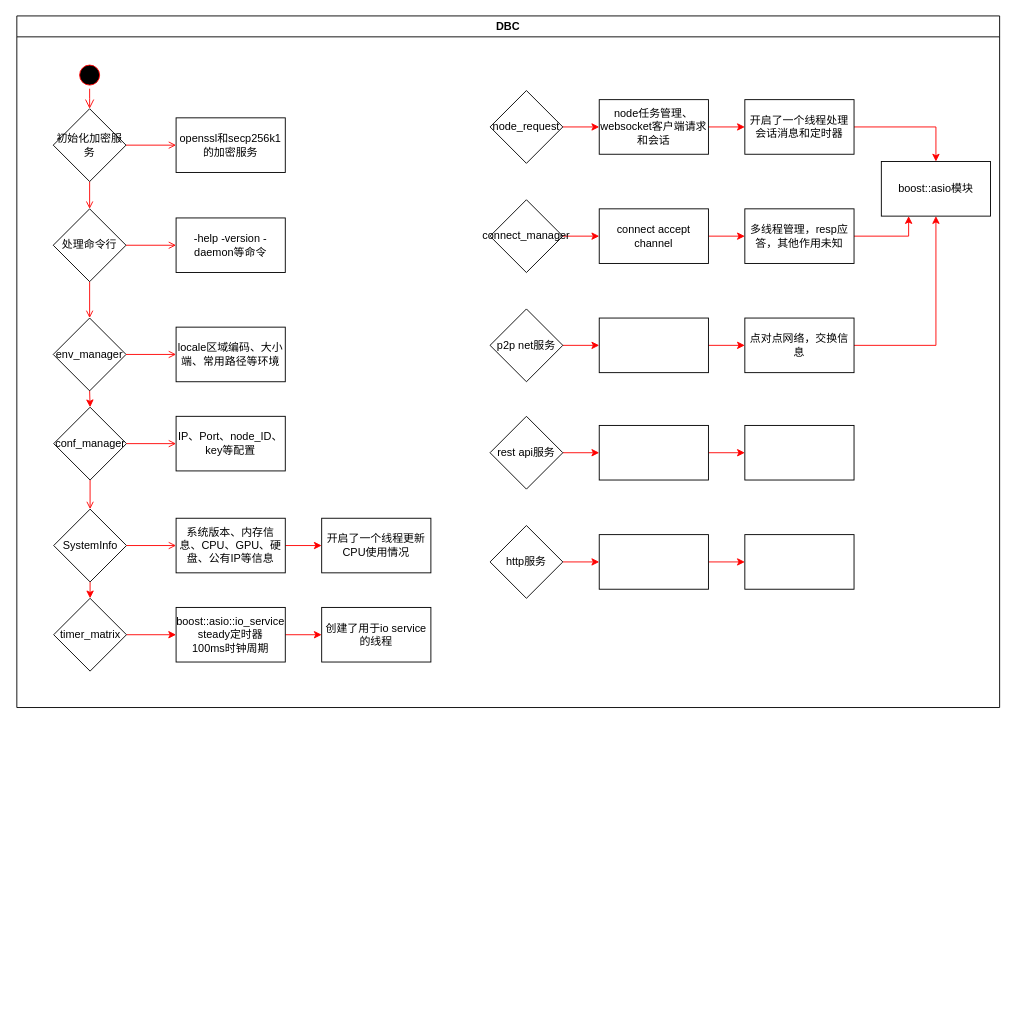
Jerry-se/UML keeps this draw.io diagram as Untitled Diagram.drawio. Above is the earlier version. Source tidied: cells renumbered, new cells numbered last; positions are measured from the earlier drawing's top-left corner, leaving out a move shared by most shapes. Both pictures are drawn from the tidied source at 91%, with x=0, y=0 at pixel (16, 15).
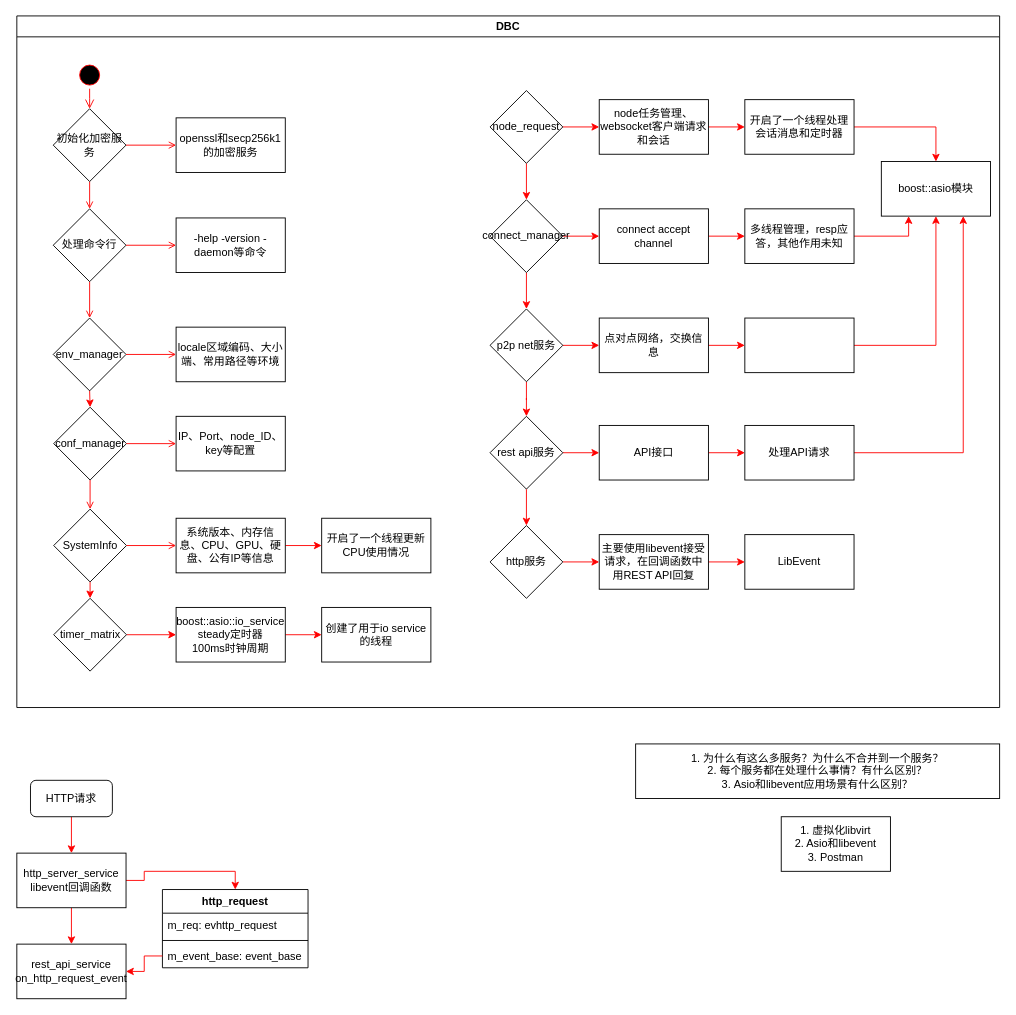
After the change.

Unchanged cells that the change refers to:
```xml
<mxCell id="2" value="DBC" style="swimlane;whiteSpace=wrap;" parent="1" vertex="1">
  <mxGeometry width="1080" height="760" as="geometry" />
</mxCell>
<mxCell id="32" value="node_request" style="rhombus;whiteSpace=wrap;html=1;" parent="2" vertex="1">
  <mxGeometry x="520" y="82" width="80" height="80" as="geometry" />
</mxCell>
<mxCell id="36" value="connect_manager" style="rhombus;whiteSpace=wrap;html=1;" parent="2" vertex="1">
  <mxGeometry x="520" y="202" width="80" height="80" as="geometry" />
</mxCell>
<mxCell id="38" value="p2p net服务" style="rhombus;whiteSpace=wrap;html=1;" parent="2" vertex="1">
  <mxGeometry x="520" y="322" width="80" height="80" as="geometry" />
</mxCell>
<mxCell id="50" value="rest api服务" style="rhombus;whiteSpace=wrap;html=1;" parent="2" vertex="1">
  <mxGeometry x="520" y="440" width="80" height="80" as="geometry" />
</mxCell>
<mxCell id="52" value="http服务" style="rhombus;whiteSpace=wrap;html=1;" parent="2" vertex="1">
  <mxGeometry x="520" y="560" width="80" height="80" as="geometry" />
</mxCell>
<mxCell id="59" value="boost::asio模块" style="rounded=0;whiteSpace=wrap;html=1;" parent="2" vertex="1">
  <mxGeometry x="950" y="160" width="120" height="60" as="geometry" />
</mxCell>
```

What changed in the source:
```diff
@@
+    <mxCell id="61" style="edgeStyle=orthogonalEdgeStyle;rounded=0;jettySize=auto;html=1;exitX=0.5;exitY=1;exitDx=0;exitDy=0;entryX=0.5;entryY=0;entryDx=0;entryDy=0;strokeColor=#FF0000;" parent="2" edge="1" source="32" target="36">
+      <mxGeometry relative="1" as="geometry" />
+    </mxCell>
@@
+    <mxCell id="62" style="edgeStyle=orthogonalEdgeStyle;rounded=0;jettySize=auto;html=1;exitX=0.5;exitY=1;exitDx=0;exitDy=0;strokeColor=#FF0000;" parent="2" edge="1" source="36" target="38">
+      <mxGeometry relative="1" as="geometry" />
+    </mxCell>
@@
+    <mxCell id="63" style="edgeStyle=orthogonalEdgeStyle;rounded=0;jettySize=auto;html=1;exitX=0.5;exitY=1;exitDx=0;exitDy=0;strokeColor=#FF0000;" parent="2" edge="1" source="38" target="50">
+      <mxGeometry relative="1" as="geometry" />
+    </mxCell>
@@
-    <mxCell id="46" style="rounded=0;whiteSpace=wrap;html=1;" parent="2" vertex="1">
+    <mxCell id="46" value="&lt;span&gt;点对点网络，交换信息&lt;/span&gt;" style="rounded=0;whiteSpace=wrap;html=1;" parent="2" vertex="1">
       <mxGeometry x="640" y="332" width="120" height="60" as="geometry" />
     </mxCell>
@@
-    <mxCell id="48" value="点对点网络，交换信息" style="rounded=0;whiteSpace=wrap;html=1;" parent="2" vertex="1">
+    <mxCell id="48" style="rounded=0;whiteSpace=wrap;html=1;" parent="2" vertex="1">
       <mxGeometry x="800" y="332" width="120" height="60" as="geometry" />
     </mxCell>
@@
+    <mxCell id="64" style="edgeStyle=orthogonalEdgeStyle;rounded=0;jettySize=auto;html=1;exitX=0.5;exitY=1;exitDx=0;exitDy=0;strokeColor=#FF0000;" parent="2" edge="1" source="50" target="52">
+      <mxGeometry relative="1" as="geometry" />
+    </mxCell>
@@
-    <mxCell id="54" style="rounded=0;whiteSpace=wrap;html=1;" parent="2" vertex="1">
+    <mxCell id="54" value="API接口" style="rounded=0;whiteSpace=wrap;html=1;" parent="2" vertex="1">
       <mxGeometry x="640" y="450" width="120" height="60" as="geometry" />
     </mxCell>
+    <mxCell id="65" style="edgeStyle=orthogonalEdgeStyle;rounded=0;jettySize=auto;html=1;exitX=1;exitY=0.5;exitDx=0;exitDy=0;entryX=0.75;entryY=1;entryDx=0;entryDy=0;entryPerimeter=0;strokeColor=#FF0000;" parent="2" edge="1" source="55" target="59">
+      <mxGeometry relative="1" as="geometry" />
+    </mxCell>
-    <mxCell id="55" style="rounded=0;whiteSpace=wrap;html=1;" parent="2" vertex="1">
+    <mxCell id="55" value="处理API请求" style="rounded=0;whiteSpace=wrap;html=1;" parent="2" vertex="1">
       <mxGeometry x="800" y="450" width="120" height="60" as="geometry" />
     </mxCell>
@@
-    <mxCell id="57" style="rounded=0;whiteSpace=wrap;html=1;" parent="2" vertex="1">
+    <mxCell id="57" value="&lt;span&gt;主要使用libevent接受请求，在回调函数中用REST API回复&lt;/span&gt;" style="rounded=0;whiteSpace=wrap;html=1;" parent="2" vertex="1">
       <mxGeometry x="640" y="570" width="120" height="60" as="geometry" />
     </mxCell>
-    <mxCell id="58" style="rounded=0;whiteSpace=wrap;html=1;" parent="2" vertex="1">
+    <mxCell id="58" value="LibEvent" style="rounded=0;whiteSpace=wrap;html=1;" parent="2" vertex="1">
       <mxGeometry x="800" y="570" width="120" height="60" as="geometry" />
     </mxCell>
@@
+    <mxCell id="66" value="&lt;span&gt;1. 为什么有这么多服务？为什么不合并到一个服务？&lt;br&gt;2. 每个服务都在处理什么事情？有什么区别？&lt;br&gt;3. Asio和libevent应用场景有什么区别？&lt;br&gt;&lt;/span&gt;" style="rounded=0;whiteSpace=wrap;html=1;" parent="1" vertex="1">
+      <mxGeometry x="680" y="800" width="400" height="60" as="geometry" />
+    </mxCell>
+    <mxCell id="67" value="1. 虚拟化libvirt&lt;br&gt;2. Asio和libevent&lt;br&gt;3. Postman" style="rounded=0;whiteSpace=wrap;html=1;" parent="1" vertex="1">
+      <mxGeometry x="840" y="880" width="120" height="60" as="geometry" />
+    </mxCell>
+    <mxCell id="68" style="edgeStyle=orthogonalEdgeStyle;rounded=0;jettySize=auto;html=1;exitX=0.5;exitY=1;exitDx=0;exitDy=0;entryX=0.5;entryY=0;entryDx=0;entryDy=0;strokeColor=#FF0000;" parent="1" edge="1" source="70" target="73">
+      <mxGeometry relative="1" as="geometry" />
+    </mxCell>
+    <mxCell id="69" style="edgeStyle=orthogonalEdgeStyle;rounded=0;jettySize=auto;html=1;exitX=1;exitY=0.5;exitDx=0;exitDy=0;entryX=0.5;entryY=0;entryDx=0;entryDy=0;strokeColor=#FF0000;" parent="1" edge="1" source="70" target="74">
+      <mxGeometry relative="1" as="geometry" />
+    </mxCell>
+    <mxCell id="70" value="http_server_service&lt;br&gt;libevent回调函数" style="rounded=0;whiteSpace=wrap;html=1;" parent="1" vertex="1">
+      <mxGeometry y="920" width="120" height="60" as="geometry" />
+    </mxCell>
+    <mxCell id="71" style="edgeStyle=orthogonalEdgeStyle;rounded=0;jettySize=auto;html=1;exitX=0.5;exitY=1;exitDx=0;exitDy=0;entryX=0.5;entryY=0;entryDx=0;entryDy=0;strokeColor=#FF0000;" parent="1" edge="1" source="72" target="70">
+      <mxGeometry relative="1" as="geometry" />
+    </mxCell>
+    <mxCell id="72" value="HTTP请求" style="rounded=1;whiteSpace=wrap;html=1;" parent="1" vertex="1">
+      <mxGeometry x="15" y="840" width="90" height="40" as="geometry" />
+    </mxCell>
+    <mxCell id="73" value="rest_api_service&lt;br&gt;on_http_request_event" style="rounded=0;whiteSpace=wrap;html=1;" parent="1" vertex="1">
+      <mxGeometry y="1020" width="120" height="60" as="geometry" />
+    </mxCell>
+    <mxCell id="74" value="http_request" style="swimlane;fontStyle=1;align=center;verticalAlign=top;horizontal=1;startSize=26;" parent="1" vertex="1">
+      <mxGeometry x="160" y="960" width="160" height="86" as="geometry" />
+    </mxCell>
+    <mxCell id="75" value="m_req: evhttp_request" style="text;strokeColor=none;fillColor=none;align=left;verticalAlign=top;spacingLeft=4;spacingRight=4;overflow=hidden;" parent="74" vertex="1">
+      <mxGeometry y="26" width="160" height="26" as="geometry" />
+    </mxCell>
+    <mxCell id="76" style="line;strokeWidth=1;fillColor=none;align=left;verticalAlign=middle;spacingTop=-1;spacingLeft=3;spacingRight=3;labelPosition=right;" parent="74" vertex="1">
+      <mxGeometry y="52" width="160" height="8" as="geometry" />
+    </mxCell>
+    <mxCell id="77" value="m_event_base: event_base" style="text;strokeColor=none;fillColor=none;align=left;verticalAlign=top;spacingLeft=4;spacingRight=4;overflow=hidden;points=[[0,0.5],[1,0.5]];portConstraint=eastwest;" parent="74" vertex="1">
+      <mxGeometry y="60" width="160" height="26" as="geometry" />
+    </mxCell>
+    <mxCell id="78" style="edgeStyle=orthogonalEdgeStyle;rounded=0;jettySize=auto;html=1;exitX=0;exitY=0.5;exitDx=0;exitDy=0;strokeColor=#FF0000;" parent="1" edge="1" source="77" target="73">
+      <mxGeometry relative="1" as="geometry" />
+    </mxCell>
```
